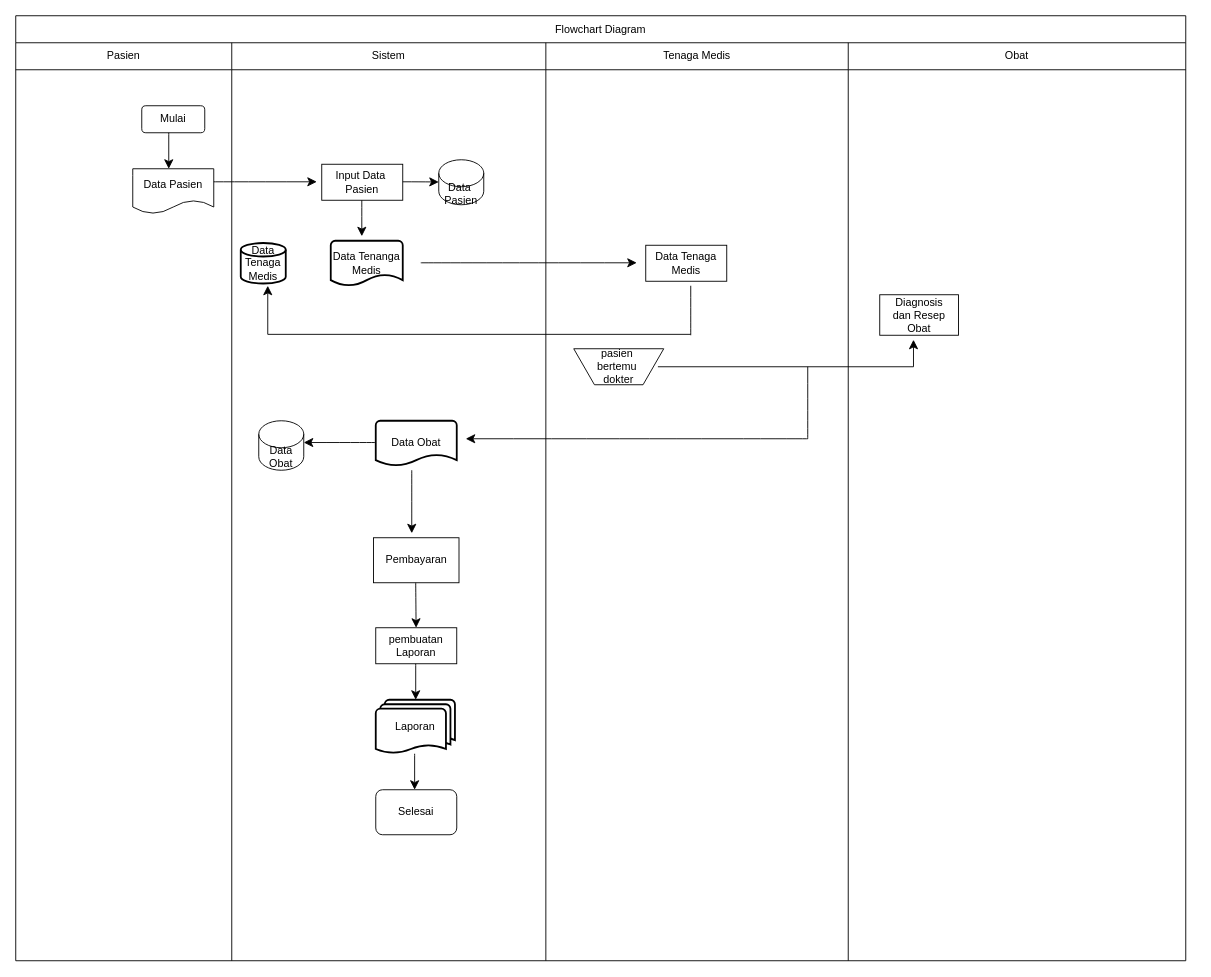
Above: Untitled Diagram.drawio in EkaAyuu/Portofolio-Eka (draw.io), before the change. Source tidied: cells renumbered, new cells numbered last; positions are measured from the earlier drawing's top-left corner, leaving out a move shared by most shapes. Both pictures are drawn from the tidied source at 90%, with x=0, y=0 at pixel (15, 15).
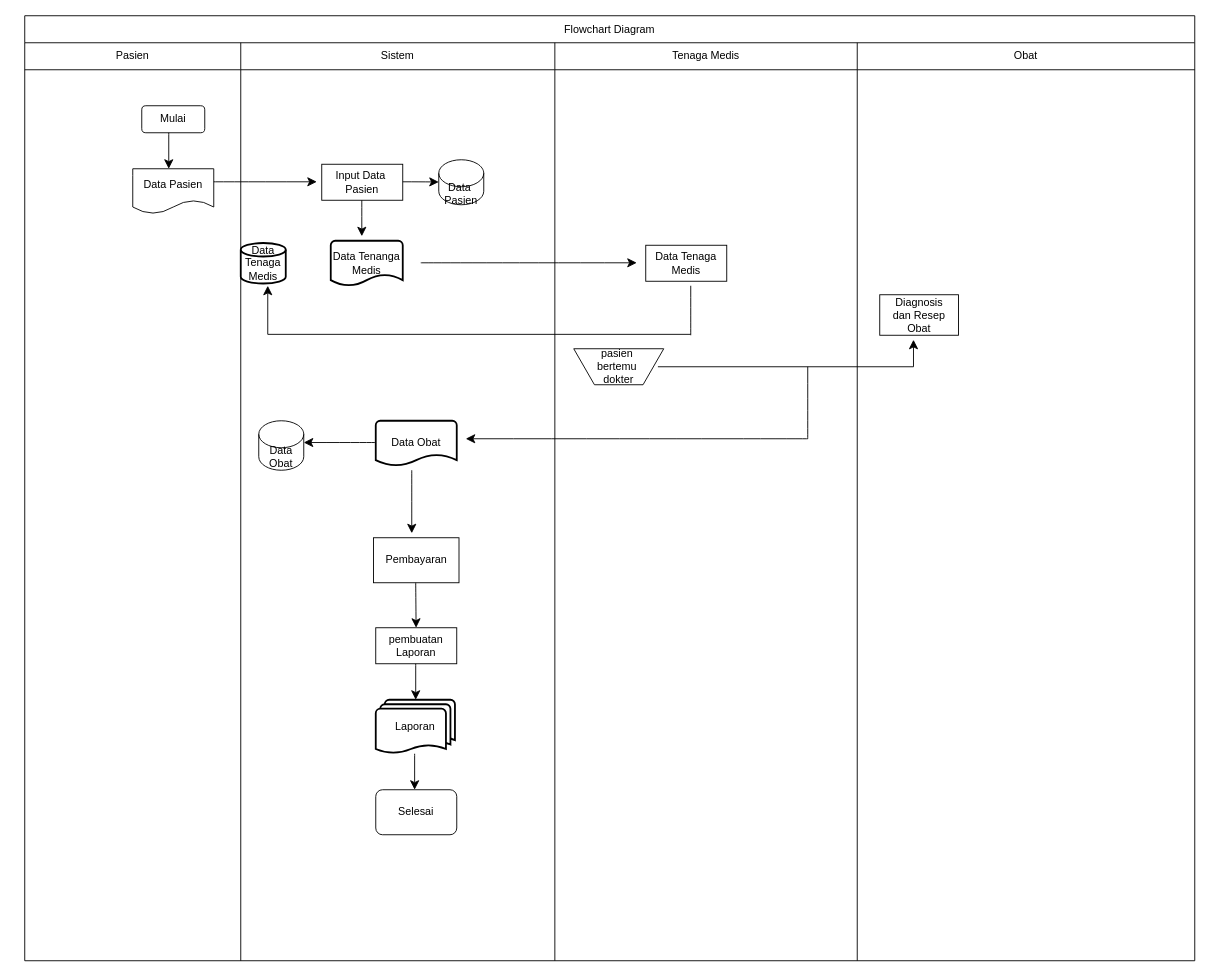
The same page after the edit.

The change refers to these unchanged cells:
```xml
<mxCell id="8" style="shape=tableRow;horizontal=0;startSize=0;swimlaneHead=0;swimlaneBody=0;strokeColor=inherit;top=0;left=0;bottom=0;right=0;fillColor=none;" parent="2" vertex="1">
  <mxGeometry y="60" width="1300" height="990" as="geometry" />
</mxCell>
```

Diff of the diagram source:
```diff
@@
     <mxCell id="2" value="Flowchart Diagram" style="shape=table;startSize=30;childLayout=tableLayout;" parent="1" vertex="1">
-      <mxGeometry width="1300" height="1050" as="geometry" />
+      <mxGeometry x="10" width="1300" height="1050" as="geometry" />
     </mxCell>
@@
-    <mxCell id="11" style="shape=partialRectangle;html=1;whiteSpace=wrap;strokeColor=inherit;overflow=hidden;fillColor=none;top=0;left=0;bottom=0;right=0;" parent="8" vertex="1">
+    <mxCell id="11" style="shape=partialRectangle;html=1;whiteSpace=wrap;strokeColor=inherit;overflow=hidden;fillColor=none;top=0;left=0;bottom=0;right=0;fontStyle=1;" parent="8" vertex="1">
       <mxGeometry x="589" width="336" height="990" as="geometry" />
     </mxCell>
```
